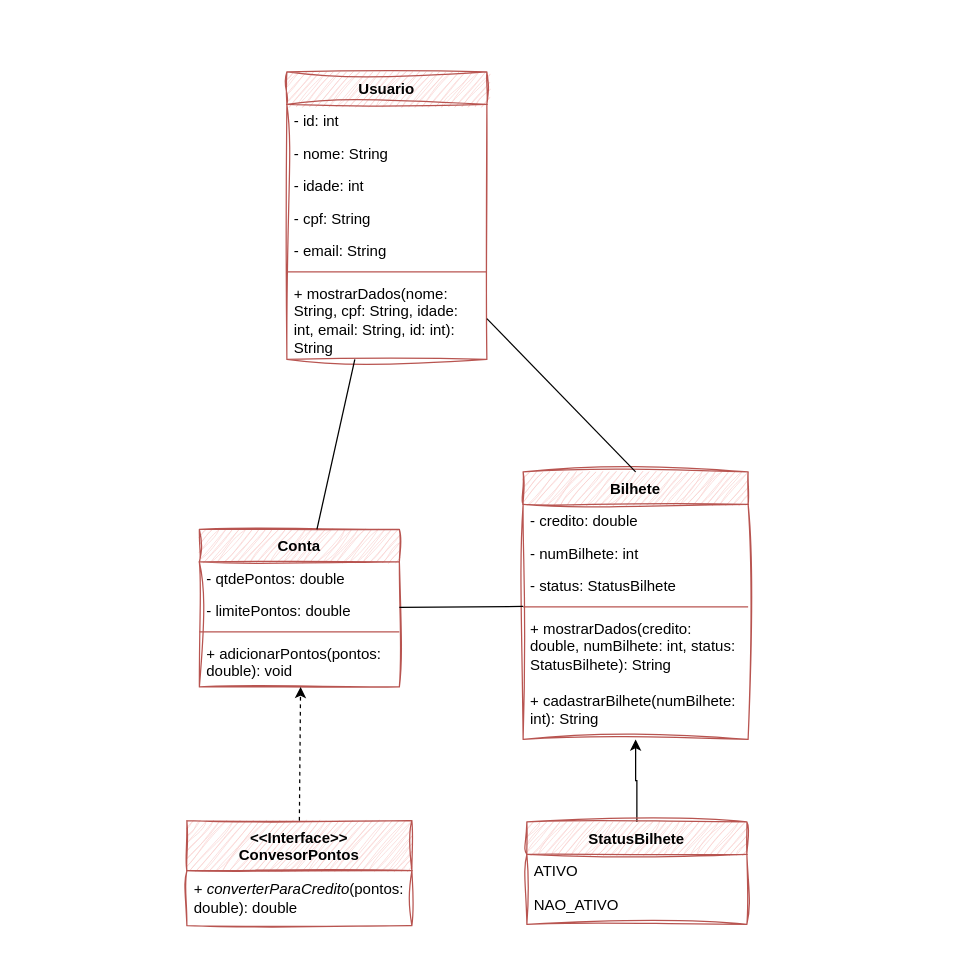
Above: soulpass_project/java_soulpass_diagram.drawio in SoulPass-1TDSPJ/java_soulpass (draw.io), before the change. Source tidied: cells renumbered, new cells numbered last; positions are measured from the earlier drawing's top-left corner, leaving out a move shared by most shapes. Both pictures are drawn from the tidied source at 125%, with x=0, y=0 at pixel (186, 71).
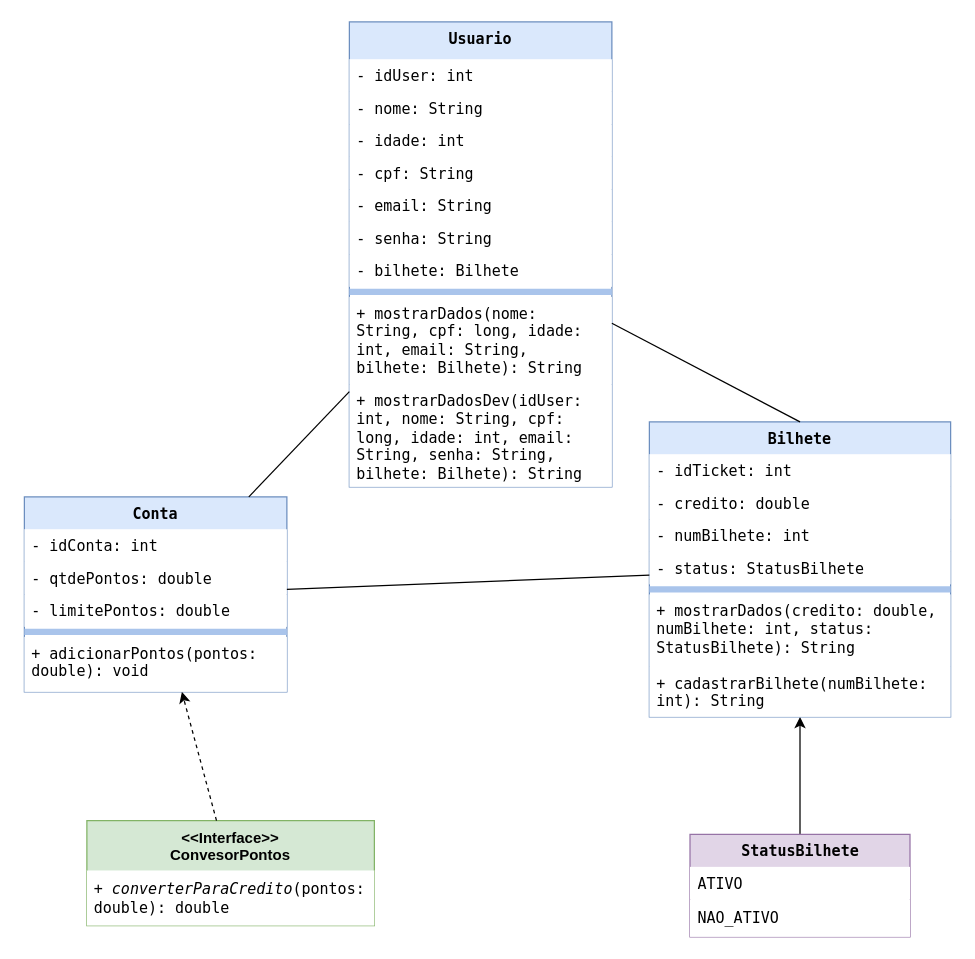
Above is the later version.

Diff of the diagram source:
```diff
@@
-    <mxCell id="2" value="Usuario" style="swimlane;fontStyle=1;align=center;verticalAlign=top;horizontal=1;startSize=26;whiteSpace=wrap;html=1;fillColor=#f8cecc;strokeColor=#b85450;sketch=1;curveFitting=1;jiggle=2;" parent="1" vertex="1">
-      <mxGeometry x="80" width="160" height="230" as="geometry" />
+    <mxCell id="2" value="Usuario" style="swimlane;fontStyle=1;align=center;verticalAlign=top;horizontal=1;startSize=30;whiteSpace=wrap;html=1;fillColor=#dae8fc;strokeColor=#6c8ebf;rounded=0;swimlaneLine=0;arcSize=50;glass=0;shadow=0;fontColor=#000000;fontFamily=Lucida Console;" parent="1" vertex="1">
+      <mxGeometry x="130" y="-40" width="210" height="372" as="geometry" />
     </mxCell>
-    <mxCell id="3" value="- id: int" style="text;strokeColor=none;fillColor=none;align=left;verticalAlign=top;spacingLeft=4;spacingRight=4;overflow=hidden;whiteSpace=wrap;html=1;" parent="2" vertex="1">
-      <mxGeometry y="26" width="160" height="26" as="geometry" />
+    <mxCell id="3" value="- idUser: int" style="text;align=left;verticalAlign=top;spacingLeft=4;spacingRight=4;overflow=hidden;whiteSpace=wrap;html=1;glass=0;fillColor=#FFFFFF;fontColor=#000000;strokeColor=none;fontFamily=Lucida Console;" parent="2" vertex="1">
+      <mxGeometry y="30" width="210" height="26" as="geometry" />
     </mxCell>
-    <mxCell id="4" value="- nome: String" style="text;strokeColor=none;fillColor=none;align=left;verticalAlign=top;spacingLeft=4;spacingRight=4;overflow=hidden;whiteSpace=wrap;html=1;" parent="2" vertex="1">
-      <mxGeometry y="52" width="160" height="26" as="geometry" />
+    <mxCell id="4" value="- nome: String" style="text;strokeColor=none;fillColor=#FFFFFF;align=left;verticalAlign=top;spacingLeft=4;spacingRight=4;overflow=hidden;whiteSpace=wrap;html=1;glass=0;shadow=0;rounded=0;fontColor=#000000;fontFamily=Lucida Console;" parent="2" vertex="1">
+      <mxGeometry y="56" width="210" height="26" as="geometry" />
     </mxCell>
-    <mxCell id="5" value="- idade: int" style="text;strokeColor=none;fillColor=none;align=left;verticalAlign=top;spacingLeft=4;spacingRight=4;overflow=hidden;whiteSpace=wrap;html=1;" parent="2" vertex="1">
-      <mxGeometry y="78" width="160" height="26" as="geometry" />
+    <mxCell id="5" value="- idade: int" style="text;strokeColor=none;fillColor=#FFFFFF;align=left;verticalAlign=top;spacingLeft=4;spacingRight=4;overflow=hidden;whiteSpace=wrap;html=1;fontColor=#000000;fontFamily=Lucida Console;" parent="2" vertex="1">
+      <mxGeometry y="82" width="210" height="26" as="geometry" />
     </mxCell>
-    <mxCell id="6" value="- cpf: String" style="text;strokeColor=none;fillColor=none;align=left;verticalAlign=top;spacingLeft=4;spacingRight=4;overflow=hidden;whiteSpace=wrap;html=1;" parent="2" vertex="1">
-      <mxGeometry y="104" width="160" height="26" as="geometry" />
+    <mxCell id="6" value="- cpf: String" style="text;strokeColor=none;fillColor=#FFFFFF;align=left;verticalAlign=top;spacingLeft=4;spacingRight=4;overflow=hidden;whiteSpace=wrap;html=1;fontColor=#000000;fontFamily=Lucida Console;" parent="2" vertex="1">
+      <mxGeometry y="108" width="210" height="26" as="geometry" />
     </mxCell>
-    <mxCell id="7" value="- email: String" style="text;strokeColor=none;fillColor=none;align=left;verticalAlign=top;spacingLeft=4;spacingRight=4;overflow=hidden;whiteSpace=wrap;html=1;" parent="2" vertex="1">
-      <mxGeometry y="130" width="160" height="26" as="geometry" />
+    <mxCell id="7" value="- email: String" style="text;strokeColor=none;fillColor=#FFFFFF;align=left;verticalAlign=top;spacingLeft=4;spacingRight=4;overflow=hidden;whiteSpace=wrap;html=1;fontColor=#000000;fontFamily=Lucida Console;" parent="2" vertex="1">
+      <mxGeometry y="134" width="210" height="26" as="geometry" />
     </mxCell>
+    <mxCell id="32" value="- senha: String" style="text;strokeColor=none;fillColor=#FFFFFF;align=left;verticalAlign=top;spacingLeft=4;spacingRight=4;overflow=hidden;whiteSpace=wrap;html=1;glass=0;shadow=0;rounded=0;fontColor=#000000;fontFamily=Lucida Console;" parent="2" vertex="1">
+      <mxGeometry y="160" width="210" height="26" as="geometry" />
+    </mxCell>
+    <mxCell id="33" value="- bilhete: Bilhete" style="text;strokeColor=none;fillColor=#FFFFFF;align=left;verticalAlign=top;spacingLeft=4;spacingRight=4;overflow=hidden;whiteSpace=wrap;html=1;glass=0;shadow=0;rounded=0;fontColor=#000000;fontFamily=Lucida Console;" parent="2" vertex="1">
+      <mxGeometry y="186" width="210" height="26" as="geometry" />
+    </mxCell>
-    <mxCell id="8" style="line;strokeWidth=1;fillColor=none;align=left;verticalAlign=middle;spacingTop=-1;spacingLeft=3;spacingRight=3;labelPosition=right;strokeColor=inherit;" parent="2" vertex="1">
-      <mxGeometry y="156" width="160" height="8" as="geometry" />
+    <mxCell id="8" style="line;strokeWidth=5;fillColor=none;align=left;verticalAlign=middle;spacingTop=-1;spacingLeft=3;spacingRight=3;labelPosition=right;strokeColor=#A9C4EB;" parent="2" vertex="1">
+      <mxGeometry y="212" width="210" height="8" as="geometry" />
     </mxCell>
+    <mxCell id="34" value="+ mostrarDados(nome: String, cpf: long, idade: int, email: String, bilhete: Bilhete): String" style="text;strokeColor=none;fillColor=#FFFFFF;align=left;verticalAlign=top;spacingLeft=4;spacingRight=4;overflow=hidden;whiteSpace=wrap;html=1;fontColor=#000000;rounded=0;fontFamily=Lucida Console;" parent="2" vertex="1">
+      <mxGeometry y="220" width="210" height="70" as="geometry" />
+    </mxCell>
-    <mxCell id="9" value="+ mostrarDados(nome: String, cpf: String, idade: int, email: String, id: int): String" style="text;strokeColor=none;fillColor=none;align=left;verticalAlign=top;spacingLeft=4;spacingRight=4;overflow=hidden;whiteSpace=wrap;html=1;" parent="2" vertex="1">
-      <mxGeometry y="164" width="160" height="66" as="geometry" />
+    <mxCell id="9" value="+ mostrarDadosDev(idUser: int, nome: String, cpf: long, idade: int, email: String, senha: String, bilhete: Bilhete): String" style="text;strokeColor=none;fillColor=#FFFFFF;align=left;verticalAlign=top;spacingLeft=4;spacingRight=4;overflow=hidden;whiteSpace=wrap;html=1;fontColor=#000000;rounded=0;fontFamily=Lucida Console;" parent="2" vertex="1">
+      <mxGeometry y="290" width="210" height="82" as="geometry" />
     </mxCell>
-    <mxCell id="10" value="Conta" style="swimlane;fontStyle=1;align=center;verticalAlign=top;horizontal=1;startSize=26;whiteSpace=wrap;html=1;fillColor=#f8cecc;strokeColor=#b85450;sketch=1;curveFitting=1;jiggle=2;shadow=0;swimlaneLine=1;" parent="1" vertex="1">
-      <mxGeometry x="10" y="366" width="160" height="126" as="geometry" />
+    <mxCell id="10" value="Conta" style="swimlane;fontStyle=1;align=center;verticalAlign=top;horizontal=1;startSize=26;whiteSpace=wrap;html=1;fillColor=#dae8fc;strokeColor=#6c8ebf;shadow=0;swimlaneLine=0;rounded=0;fontColor=#000000;fontFamily=Lucida Console;" parent="1" vertex="1">
+      <mxGeometry x="-130" y="340" width="210" height="156" as="geometry" />
     </mxCell>
+    <mxCell id="35" value="- idConta: int" style="text;align=left;verticalAlign=top;spacingLeft=4;spacingRight=4;overflow=hidden;whiteSpace=wrap;html=1;glass=0;fillColor=#FFFFFF;fontColor=#000000;strokeColor=none;fontFamily=Lucida Console;" parent="10" vertex="1">
+      <mxGeometry y="26" width="210" height="26" as="geometry" />
+    </mxCell>
-    <mxCell id="11" value="- qtdePontos: double" style="text;strokeColor=none;fillColor=none;align=left;verticalAlign=top;spacingLeft=4;spacingRight=4;overflow=hidden;whiteSpace=wrap;html=1;" parent="10" vertex="1">
-      <mxGeometry y="26" width="160" height="26" as="geometry" />
+    <mxCell id="11" value="- qtdePontos: double" style="text;strokeColor=none;fillColor=#FFFFFF;align=left;verticalAlign=top;spacingLeft=4;spacingRight=4;overflow=hidden;whiteSpace=wrap;html=1;fontColor=#000000;fontFamily=Lucida Console;" parent="10" vertex="1">
+      <mxGeometry y="52" width="210" height="26" as="geometry" />
     </mxCell>
-    <mxCell id="12" value="- limitePontos: double" style="text;strokeColor=none;fillColor=none;align=left;verticalAlign=top;spacingLeft=4;spacingRight=4;overflow=hidden;whiteSpace=wrap;html=1;" parent="10" vertex="1">
-      <mxGeometry y="52" width="160" height="26" as="geometry" />
+    <mxCell id="12" value="- limitePontos: double" style="text;strokeColor=none;fillColor=#FFFFFF;align=left;verticalAlign=top;spacingLeft=4;spacingRight=4;overflow=hidden;whiteSpace=wrap;html=1;fontColor=#000000;fontFamily=Lucida Console;" parent="10" vertex="1">
+      <mxGeometry y="78" width="210" height="26" as="geometry" />
     </mxCell>
-    <mxCell id="13" style="line;strokeWidth=1;fillColor=none;align=left;verticalAlign=middle;spacingTop=-1;spacingLeft=3;spacingRight=3;labelPosition=right;strokeColor=inherit;" parent="10" vertex="1">
-      <mxGeometry y="78" width="160" height="8" as="geometry" />
+    <mxCell id="13" style="line;strokeWidth=5;fillColor=none;align=left;verticalAlign=middle;spacingTop=-1;spacingLeft=3;spacingRight=3;labelPosition=right;strokeColor=#A9C4EB;" parent="10" vertex="1">
+      <mxGeometry y="104" width="210" height="8" as="geometry" />
     </mxCell>
-    <mxCell id="14" value="+ adicionarPontos(pontos: double): void" style="text;strokeColor=none;fillColor=none;align=left;verticalAlign=top;spacingLeft=4;spacingRight=4;overflow=hidden;points=[[0,0.5],[1,0.5]];portConstraint=eastwest;whiteSpace=wrap;html=1;" parent="10" vertex="1">
-      <mxGeometry y="86" width="160" height="40" as="geometry" />
+    <mxCell id="14" value="+ adicionarPontos(pontos: double): void" style="text;strokeColor=none;fillColor=#FFFFFF;align=left;verticalAlign=top;spacingLeft=4;spacingRight=4;overflow=hidden;points=[[0,0.5],[1,0.5]];portConstraint=eastwest;whiteSpace=wrap;html=1;fontColor=#000000;fontFamily=Lucida Console;" parent="10" vertex="1">
+      <mxGeometry y="112" width="210" height="44" as="geometry" />
     </mxCell>
@@
-    <mxCell id="16" value="StatusBilhete" style="swimlane;fontStyle=1;align=center;verticalAlign=top;horizontal=1;startSize=26;whiteSpace=wrap;html=1;fillColor=#f8cecc;strokeColor=#b85450;sketch=1;curveFitting=1;jiggle=2;" parent="1" vertex="1">
-      <mxGeometry x="272" y="600" width="176" height="82" as="geometry" />
+    <mxCell id="16" value="StatusBilhete" style="swimlane;fontStyle=1;align=center;verticalAlign=top;horizontal=1;startSize=26;whiteSpace=wrap;html=1;fillColor=#e1d5e7;strokeColor=#9673a6;swimlaneLine=0;fontColor=#000000;fontFamily=Lucida Console;" parent="1" vertex="1">
+      <mxGeometry x="402.5" y="610" width="176" height="82" as="geometry" />
     </mxCell>
-    <mxCell id="17" value="ATIVO" style="text;strokeColor=none;fillColor=none;align=left;verticalAlign=top;spacingLeft=4;spacingRight=4;overflow=hidden;whiteSpace=wrap;html=1;" parent="16" vertex="1">
+    <mxCell id="17" value="ATIVO" style="text;strokeColor=none;fillColor=#FFFFFF;align=left;verticalAlign=top;spacingLeft=4;spacingRight=4;overflow=hidden;whiteSpace=wrap;html=1;fontColor=#000000;fontFamily=Lucida Console;" parent="16" vertex="1">
       <mxGeometry y="26" width="176" height="26" as="geometry" />
     </mxCell>
-    <mxCell id="18" value="NAO_ATIVO" style="text;strokeColor=none;fillColor=none;align=left;verticalAlign=middle;spacingLeft=4;spacingRight=4;overflow=hidden;whiteSpace=wrap;html=1;" parent="16" vertex="1">
+    <mxCell id="18" value="NAO_ATIVO" style="text;strokeColor=none;fillColor=#FFFFFF;align=left;verticalAlign=middle;spacingLeft=4;spacingRight=4;overflow=hidden;whiteSpace=wrap;html=1;fontColor=#000000;fontFamily=Lucida Console;" parent="16" vertex="1">
       <mxGeometry y="52" width="176" height="30" as="geometry" />
     </mxCell>
-    <mxCell id="19" value="Bilhete" style="swimlane;fontStyle=1;align=center;verticalAlign=top;horizontal=1;startSize=26;whiteSpace=wrap;html=1;sketch=1;curveFitting=1;jiggle=2;fillColor=#f8cecc;strokeColor=#b85450;" parent="1" vertex="1">
-      <mxGeometry x="269" y="320" width="180" height="214" as="geometry" />
+    <mxCell id="19" value="Bilhete" style="swimlane;fontStyle=1;align=center;verticalAlign=top;horizontal=1;startSize=26;whiteSpace=wrap;html=1;fillColor=#dae8fc;strokeColor=#6c8ebf;rounded=0;swimlaneLine=0;fontColor=#000000;fontFamily=Lucida Console;" parent="1" vertex="1">
+      <mxGeometry x="370" y="280" width="241" height="236" as="geometry" />
     </mxCell>
+    <mxCell id="36" value="- idTicket: int" style="text;align=left;verticalAlign=top;spacingLeft=4;spacingRight=4;overflow=hidden;whiteSpace=wrap;html=1;glass=0;fillColor=#FFFFFF;fontColor=#000000;strokeColor=none;fontFamily=Lucida Console;" parent="19" vertex="1">
+      <mxGeometry y="26" width="241" height="26" as="geometry" />
+    </mxCell>
-    <mxCell id="20" value="- credito: double" style="text;strokeColor=none;fillColor=none;align=left;verticalAlign=top;spacingLeft=4;spacingRight=4;overflow=hidden;whiteSpace=wrap;html=1;" parent="19" vertex="1">
-      <mxGeometry y="26" width="180" height="26" as="geometry" />
+    <mxCell id="20" value="- credito: double" style="text;strokeColor=none;fillColor=#FFFFFF;align=left;verticalAlign=top;spacingLeft=4;spacingRight=4;overflow=hidden;whiteSpace=wrap;html=1;fontColor=#000000;fontFamily=Lucida Console;" parent="19" vertex="1">
+      <mxGeometry y="52" width="241" height="26" as="geometry" />
     </mxCell>
-    <mxCell id="21" value="- numBilhete: int" style="text;strokeColor=none;fillColor=none;align=left;verticalAlign=top;spacingLeft=4;spacingRight=4;overflow=hidden;whiteSpace=wrap;html=1;" parent="19" vertex="1">
-      <mxGeometry y="52" width="180" height="26" as="geometry" />
+    <mxCell id="21" value="- numBilhete: int" style="text;strokeColor=none;fillColor=#FFFFFF;align=left;verticalAlign=top;spacingLeft=4;spacingRight=4;overflow=hidden;whiteSpace=wrap;html=1;fontColor=#000000;fontFamily=Lucida Console;" parent="19" vertex="1">
+      <mxGeometry y="78" width="241" height="26" as="geometry" />
     </mxCell>
-    <mxCell id="22" value="- status: StatusBilhete" style="text;strokeColor=none;fillColor=none;align=left;verticalAlign=top;spacingLeft=4;spacingRight=4;overflow=hidden;whiteSpace=wrap;html=1;" parent="19" vertex="1">
-      <mxGeometry y="78" width="180" height="26" as="geometry" />
+    <mxCell id="22" value="- status: StatusBilhete" style="text;strokeColor=none;fillColor=#FFFFFF;align=left;verticalAlign=top;spacingLeft=4;spacingRight=4;overflow=hidden;whiteSpace=wrap;html=1;fontColor=#000000;fontFamily=Lucida Console;" parent="19" vertex="1">
+      <mxGeometry y="104" width="241" height="26" as="geometry" />
     </mxCell>
-    <mxCell id="23" style="line;strokeWidth=1;fillColor=none;align=left;verticalAlign=middle;spacingTop=-1;spacingLeft=3;spacingRight=3;labelPosition=right;strokeColor=inherit;" parent="19" vertex="1">
-      <mxGeometry y="104" width="180" height="8" as="geometry" />
+    <mxCell id="23" style="line;strokeWidth=5;fillColor=none;align=left;verticalAlign=middle;spacingTop=-1;spacingLeft=3;spacingRight=3;labelPosition=right;strokeColor=#A9C4EB;" parent="19" vertex="1">
+      <mxGeometry y="130" width="241" height="8" as="geometry" />
     </mxCell>
-    <mxCell id="24" value="+ mostrarDados(credito: double, numBilhete: int, status: StatusBilhete): String" style="text;strokeColor=none;fillColor=none;align=left;verticalAlign=top;spacingLeft=4;spacingRight=4;overflow=hidden;whiteSpace=wrap;html=1;" parent="19" vertex="1">
-      <mxGeometry y="112" width="180" height="58" as="geometry" />
+    <mxCell id="24" value="+ mostrarDados(credito: double, numBilhete: int, status: StatusBilhete): String" style="text;strokeColor=none;fillColor=#FFFFFF;align=left;verticalAlign=top;spacingLeft=4;spacingRight=4;overflow=hidden;whiteSpace=wrap;html=1;fontColor=#000000;fontFamily=Lucida Console;" parent="19" vertex="1">
+      <mxGeometry y="138" width="241" height="58" as="geometry" />
     </mxCell>
-    <mxCell id="25" value="+ cadastrarBilhete(numBilhete: int): String" style="text;strokeColor=none;fillColor=none;align=left;verticalAlign=top;spacingLeft=4;spacingRight=4;overflow=hidden;whiteSpace=wrap;html=1;" parent="19" vertex="1">
-      <mxGeometry y="170" width="180" height="44" as="geometry" />
+    <mxCell id="25" value="+ cadastrarBilhete(numBilhete: int): String" style="text;strokeColor=none;fillColor=default;align=left;verticalAlign=top;spacingLeft=4;spacingRight=4;overflow=hidden;whiteSpace=wrap;html=1;fontFamily=Lucida Console;fontColor=#000000;" parent="19" vertex="1">
+      <mxGeometry y="196" width="241" height="40" as="geometry" />
     </mxCell>
-    <mxCell id="26" value="&lt;div&gt;&amp;lt;&amp;lt;Interface&amp;gt;&amp;gt;&lt;/div&gt;ConvesorPontos" style="swimlane;fontStyle=1;align=center;verticalAlign=top;horizontal=1;startSize=40;whiteSpace=wrap;html=1;sketch=1;curveFitting=1;jiggle=2;fillColor=#f8cecc;strokeColor=#b85450;" parent="1" vertex="1">
-      <mxGeometry y="599" width="180" height="84" as="geometry" />
+    <mxCell id="26" value="&lt;div&gt;&amp;lt;&amp;lt;Interface&amp;gt;&amp;gt;&lt;/div&gt;ConvesorPontos" style="swimlane;fontStyle=1;align=center;verticalAlign=top;horizontal=1;startSize=40;whiteSpace=wrap;html=1;fillColor=#d5e8d4;strokeColor=#82b366;swimlaneLine=0;" parent="1" vertex="1">
+      <mxGeometry x="-80" y="599" width="230" height="84" as="geometry" />
     </mxCell>
-    <mxCell id="27" value="+ &lt;i&gt;converterParaCredito&lt;/i&gt;(pontos: double): double" style="text;strokeColor=none;fillColor=none;align=left;verticalAlign=middle;spacingLeft=4;spacingRight=4;overflow=hidden;whiteSpace=wrap;html=1;" parent="26" vertex="1">
-      <mxGeometry y="40" width="180" height="44" as="geometry" />
+    <mxCell id="27" value="+ &lt;i&gt;converterParaCredito&lt;/i&gt;(pontos: double): double" style="text;strokeColor=none;fillColor=#FFFFFF;align=left;verticalAlign=middle;spacingLeft=4;spacingRight=4;overflow=hidden;whiteSpace=wrap;html=1;fontColor=#000000;fontFamily=Lucida Console;" parent="26" vertex="1">
+      <mxGeometry y="40" width="230" height="44" as="geometry" />
     </mxCell>
-    <mxCell id="28" style="endArrow=classic;html=1;rounded=0;exitX=0.5;exitY=0;exitDx=0;exitDy=0;entryX=0.506;entryY=1;entryDx=0;entryDy=0;entryPerimeter=0;dashed=1;startArrow=none;startFill=0;endFill=1;" parent="1" edge="1" source="26" target="14">
+    <mxCell id="28" style="endArrow=classic;html=1;rounded=0;dashed=1;startArrow=none;startFill=0;endFill=1;" parent="1" edge="1" source="26" target="10">
       <mxGeometry relative="1" as="geometry" />
     </mxCell>
```
